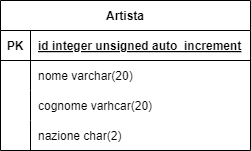
This is AS_2024_2025/5B-Informatica/UD 2 - mySQL Basic/diagramma.drawio.png from CescoP81/GalileiOstiglia, a draw.io export, as it was before one commit. Source tidied: cells renumbered, new cells last; positions are measured from the earlier drawing's top-left corner, leaving out a move shared by most shapes.
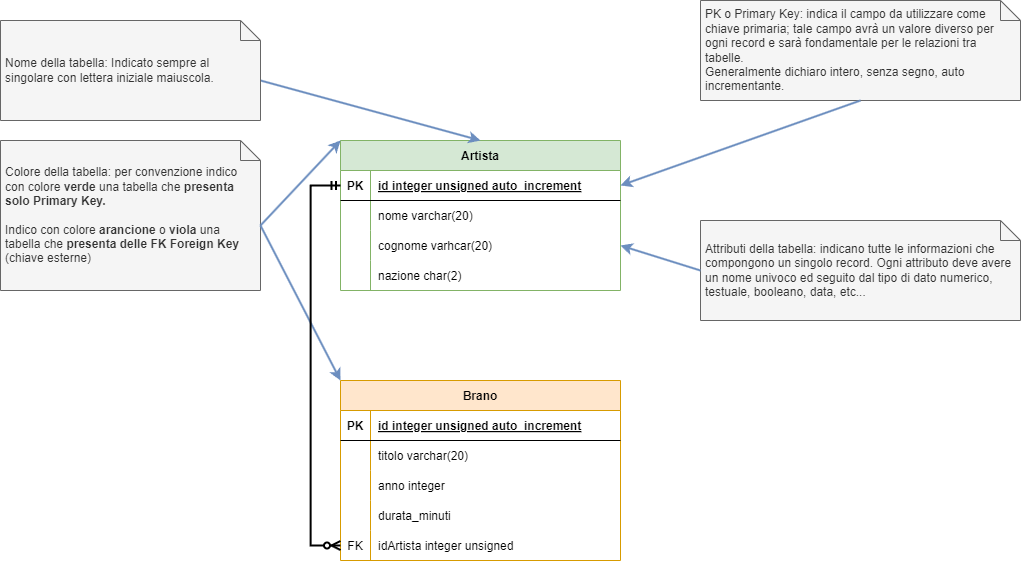
Above is the later version.

Change to the diagram source:
```diff
@@ -2,44 +2,127 @@
   <root>
     <mxCell id="0" />
     <mxCell id="1" parent="0" />
-    <mxCell id="2" value="Artista" style="shape=table;startSize=30;rowLines=0;fontStyle=1;align=center;" parent="1" vertex="1">
-      <mxGeometry width="250" height="150" as="geometry" />
+    <mxCell id="2" value="Artista" style="shape=table;startSize=30;rowLines=0;fontStyle=1;align=center;fillColor=#d5e8d4;strokeColor=#82b366;" parent="1" vertex="1">
+      <mxGeometry width="280" height="150" as="geometry" />
     </mxCell>
     <mxCell id="3" style="shape=tableRow;horizontal=0;startSize=0;swimlaneHead=0;swimlaneBody=0;fillColor=none;points=[[0,0.5],[1,0.5]];portConstraint=eastwest;top=0;left=0;right=0;bottom=1;" parent="2" vertex="1">
-      <mxGeometry y="30" width="250" height="30" as="geometry" />
+      <mxGeometry y="30" width="280" height="30" as="geometry" />
     </mxCell>
     <mxCell id="4" value="PK" style="shape=partialRectangle;fillColor=none;top=0;left=0;bottom=0;right=0;fontStyle=1;overflow=hidden;" parent="3" vertex="1">
       <mxGeometry width="30" height="30" as="geometry" />
     </mxCell>
     <mxCell id="5" value="id integer unsigned auto_increment" style="shape=partialRectangle;fillColor=none;top=0;left=0;bottom=0;right=0;align=left;spacingLeft=6;fontStyle=5;overflow=hidden;" parent="3" vertex="1">
-      <mxGeometry x="30" width="220" height="30" as="geometry" />
+      <mxGeometry x="30" width="250" height="30" as="geometry" />
     </mxCell>
     <mxCell id="6" style="shape=tableRow;horizontal=0;startSize=0;swimlaneHead=0;swimlaneBody=0;fillColor=none;top=0;left=0;right=0;bottom=0;" parent="2" vertex="1">
-      <mxGeometry y="60" width="250" height="30" as="geometry" />
+      <mxGeometry y="60" width="280" height="30" as="geometry" />
     </mxCell>
     <mxCell id="7" style="shape=partialRectangle;fillColor=none;top=0;left=0;bottom=0;right=0;overflow=hidden;" parent="6" vertex="1">
       <mxGeometry width="30" height="30" as="geometry" />
     </mxCell>
     <mxCell id="8" value="nome varchar(20)" style="shape=partialRectangle;fillColor=none;top=0;left=0;bottom=0;right=0;align=left;spacingLeft=6;overflow=hidden;" parent="6" vertex="1">
-      <mxGeometry x="30" width="220" height="30" as="geometry" />
+      <mxGeometry x="30" width="250" height="30" as="geometry" />
     </mxCell>
     <mxCell id="9" style="shape=tableRow;horizontal=0;startSize=0;swimlaneHead=0;swimlaneBody=0;fillColor=none;points=[[0,0.5],[1,0.5]];portConstraint=eastwest;top=0;left=0;right=0;bottom=0;" parent="2" vertex="1">
-      <mxGeometry y="90" width="250" height="30" as="geometry" />
+      <mxGeometry y="90" width="280" height="30" as="geometry" />
     </mxCell>
     <mxCell id="10" style="shape=partialRectangle;fillColor=none;top=0;left=0;bottom=0;right=0;overflow=hidden;" parent="9" vertex="1">
       <mxGeometry width="30" height="30" as="geometry" />
     </mxCell>
     <mxCell id="11" value="cognome varhcar(20)" style="shape=partialRectangle;fillColor=none;top=0;left=0;bottom=0;right=0;align=left;spacingLeft=6;overflow=hidden;" parent="9" vertex="1">
-      <mxGeometry x="30" width="220" height="30" as="geometry" />
+      <mxGeometry x="30" width="250" height="30" as="geometry" />
     </mxCell>
     <mxCell id="12" style="shape=tableRow;horizontal=0;startSize=0;swimlaneHead=0;swimlaneBody=0;fillColor=none;top=0;left=0;right=0;bottom=0;" parent="2" vertex="1">
-      <mxGeometry y="120" width="250" height="30" as="geometry" />
+      <mxGeometry y="120" width="280" height="30" as="geometry" />
     </mxCell>
     <mxCell id="13" style="shape=partialRectangle;fillColor=none;top=0;left=0;bottom=0;right=0;overflow=hidden;" parent="12" vertex="1">
       <mxGeometry width="30" height="30" as="geometry" />
     </mxCell>
     <mxCell id="14" value="nazione char(2)" style="shape=partialRectangle;fillColor=none;top=0;left=0;bottom=0;right=0;align=left;spacingLeft=6;overflow=hidden;" parent="12" vertex="1">
-      <mxGeometry x="30" width="220" height="30" as="geometry" />
+      <mxGeometry x="30" width="250" height="30" as="geometry" />
     </mxCell>
+    <mxCell id="15" style="edgeStyle=none;html=1;entryX=0.5;entryY=0;entryDx=0;entryDy=0;strokeWidth=2;fillColor=#dae8fc;strokeColor=#6c8ebf;exitX=0;exitY=0;exitDx=260;exitDy=60;exitPerimeter=0;" parent="1" edge="1" source="16" target="2">
+      <mxGeometry relative="1" as="geometry" />
+    </mxCell>
+    <mxCell id="16" value="Nome della tabella: Indicato sempre al singolare con lettera iniziale maiuscola." style="shape=note;size=20;whiteSpace=wrap;html=1;align=left;fillColor=#f5f5f5;strokeColor=#666666;fontColor=#333333;spacing=5;" parent="1" vertex="1">
+      <mxGeometry x="-340" y="-120" width="260" height="100" as="geometry" />
+    </mxCell>
+    <mxCell id="17" value="PK o Primary Key: indica il campo da utilizzare come chiave primaria; tale campo avrà un valore diverso per ogni record e sarà fondamentale per le relazioni tra tabelle.&lt;br&gt;Generalmente dichiaro intero, senza segno, auto incrementante." style="shape=note;size=20;whiteSpace=wrap;html=1;align=left;fillColor=#f5f5f5;strokeColor=#666666;fontColor=#333333;spacing=5;spacingRight=0;" parent="1" vertex="1">
+      <mxGeometry x="360" y="-140" width="320" height="100" as="geometry" />
+    </mxCell>
+    <mxCell id="18" style="edgeStyle=none;html=1;exitX=0.5;exitY=1;exitDx=0;exitDy=0;exitPerimeter=0;entryX=1;entryY=0.5;entryDx=0;entryDy=0;strokeWidth=2;fillColor=#dae8fc;strokeColor=#6c8ebf;" parent="1" edge="1" source="17" target="3">
+      <mxGeometry relative="1" as="geometry" />
+    </mxCell>
+    <mxCell id="19" value="Attributi della tabella: indicano tutte le informazioni che compongono un singolo record. Ogni attributo deve avere un nome univoco ed seguito dal tipo di dato numerico, testuale, booleano, data, etc..." style="shape=note;size=20;whiteSpace=wrap;html=1;align=left;fillColor=#f5f5f5;strokeColor=#666666;fontColor=#333333;spacing=5;" parent="1" vertex="1">
+      <mxGeometry x="360" y="80" width="320" height="100" as="geometry" />
+    </mxCell>
+    <mxCell id="20" style="edgeStyle=none;html=1;exitX=0;exitY=0.5;exitDx=0;exitDy=0;exitPerimeter=0;entryX=1;entryY=0.5;entryDx=0;entryDy=0;strokeWidth=2;fillColor=#dae8fc;strokeColor=#6c8ebf;" parent="1" edge="1" source="19" target="9">
+      <mxGeometry relative="1" as="geometry" />
+    </mxCell>
+    <mxCell id="21" value="Colore della tabella: per convenzione indico con colore &lt;b&gt;verde&lt;/b&gt; una tabella che &lt;b&gt;presenta solo Primary Key.&lt;/b&gt;&lt;br&gt;&lt;br&gt;Indico con colore &lt;b&gt;arancione&lt;/b&gt; o &lt;b&gt;viola&lt;/b&gt; una tabella che &lt;b&gt;presenta delle FK Foreign Key&lt;/b&gt; (chiave esterne)" style="shape=note;size=20;whiteSpace=wrap;html=1;fillColor=#f5f5f5;strokeColor=#666666;align=left;fontColor=#333333;spacing=5;" parent="1" vertex="1">
+      <mxGeometry x="-340" width="260" height="150" as="geometry" />
+    </mxCell>
+    <mxCell id="22" style="edgeStyle=none;html=1;exitX=0;exitY=0;exitDx=260;exitDy=85;exitPerimeter=0;entryX=0;entryY=0;entryDx=0;entryDy=0;strokeWidth=2;fillColor=#dae8fc;strokeColor=#6c8ebf;" parent="1" edge="1" source="21" target="2">
+      <mxGeometry relative="1" as="geometry" />
+    </mxCell>
+    <mxCell id="23" value="Brano" style="shape=table;startSize=30;rowLines=0;fontStyle=1;align=center;fillColor=#ffe6cc;strokeColor=#d79b00;" parent="1" vertex="1">
+      <mxGeometry y="240" width="280" height="180" as="geometry" />
+    </mxCell>
+    <mxCell id="24" style="shape=tableRow;horizontal=0;startSize=0;swimlaneHead=0;swimlaneBody=0;fillColor=none;top=0;left=0;right=0;bottom=1;" parent="23" vertex="1">
+      <mxGeometry y="30" width="280" height="30" as="geometry" />
+    </mxCell>
+    <mxCell id="25" value="PK" style="shape=partialRectangle;fillColor=none;top=0;left=0;bottom=0;right=0;fontStyle=1;overflow=hidden;" parent="24" vertex="1">
+      <mxGeometry width="30" height="30" as="geometry" />
+    </mxCell>
+    <mxCell id="26" value="id integer unsigned auto_increment" style="shape=partialRectangle;fillColor=none;top=0;left=0;bottom=0;right=0;align=left;spacingLeft=6;fontStyle=5;overflow=hidden;" parent="24" vertex="1">
+      <mxGeometry x="30" width="250" height="30" as="geometry" />
+    </mxCell>
+    <mxCell id="27" style="shape=tableRow;horizontal=0;startSize=0;swimlaneHead=0;swimlaneBody=0;fillColor=none;top=0;left=0;right=0;bottom=0;" parent="23" vertex="1">
+      <mxGeometry y="60" width="280" height="30" as="geometry" />
+    </mxCell>
+    <mxCell id="28" style="shape=partialRectangle;fillColor=none;top=0;left=0;bottom=0;right=0;overflow=hidden;" parent="27" vertex="1">
+      <mxGeometry width="30" height="30" as="geometry" />
+    </mxCell>
+    <mxCell id="29" value="titolo varchar(20)" style="shape=partialRectangle;fillColor=none;top=0;left=0;bottom=0;right=0;align=left;spacingLeft=6;overflow=hidden;" parent="27" vertex="1">
+      <mxGeometry x="30" width="250" height="30" as="geometry" />
+    </mxCell>
+    <mxCell id="30" style="shape=tableRow;horizontal=0;startSize=0;swimlaneHead=0;swimlaneBody=0;fillColor=none;top=0;left=0;right=0;bottom=0;" parent="23" vertex="1">
+      <mxGeometry y="90" width="280" height="30" as="geometry" />
+    </mxCell>
+    <mxCell id="31" style="shape=partialRectangle;fillColor=none;top=0;left=0;bottom=0;right=0;overflow=hidden;" parent="30" vertex="1">
+      <mxGeometry width="30" height="30" as="geometry" />
+    </mxCell>
+    <mxCell id="32" value="anno integer" style="shape=partialRectangle;fillColor=none;top=0;left=0;bottom=0;right=0;align=left;spacingLeft=6;overflow=hidden;" parent="30" vertex="1">
+      <mxGeometry x="30" width="250" height="30" as="geometry" />
+    </mxCell>
+    <mxCell id="33" style="shape=tableRow;horizontal=0;startSize=0;swimlaneHead=0;swimlaneBody=0;fillColor=none;top=0;left=0;right=0;bottom=0;" parent="23" vertex="1">
+      <mxGeometry y="120" width="280" height="30" as="geometry" />
+    </mxCell>
+    <mxCell id="34" style="shape=partialRectangle;fillColor=none;top=0;left=0;bottom=0;right=0;overflow=hidden;" parent="33" vertex="1">
+      <mxGeometry width="30" height="30" as="geometry" />
+    </mxCell>
+    <mxCell id="35" value="durata_minuti" style="shape=partialRectangle;fillColor=none;top=0;left=0;bottom=0;right=0;align=left;spacingLeft=6;overflow=hidden;" parent="33" vertex="1">
+      <mxGeometry x="30" width="250" height="30" as="geometry" />
+    </mxCell>
+    <mxCell id="36" style="shape=tableRow;horizontal=0;startSize=0;swimlaneHead=0;swimlaneBody=0;fillColor=none;points=[[0,0.5],[1,0.5]];portConstraint=eastwest;top=0;left=0;right=0;bottom=0;" parent="23" vertex="1">
+      <mxGeometry y="150" width="280" height="30" as="geometry" />
+    </mxCell>
+    <mxCell id="37" value="FK" style="shape=partialRectangle;fillColor=none;top=0;left=0;bottom=0;right=0;fontStyle=0;overflow=hidden;" parent="36" vertex="1">
+      <mxGeometry width="30" height="30" as="geometry" />
+    </mxCell>
+    <mxCell id="38" value="idArtista integer unsigned" style="shape=partialRectangle;fillColor=none;top=0;left=0;bottom=0;right=0;align=left;spacingLeft=6;fontStyle=0;overflow=hidden;" parent="36" vertex="1">
+      <mxGeometry x="30" width="250" height="30" as="geometry" />
+    </mxCell>
+    <mxCell id="39" style="edgeStyle=none;html=1;exitX=0;exitY=0;exitDx=260;exitDy=85;exitPerimeter=0;entryX=0;entryY=0;entryDx=0;entryDy=0;strokeWidth=2;fillColor=#dae8fc;strokeColor=#6c8ebf;" parent="1" edge="1" source="21" target="23">
+      <mxGeometry relative="1" as="geometry" />
+    </mxCell>
+    <mxCell id="40" style="edgeStyle=orthogonalEdgeStyle;fontSize=12;html=1;endArrow=ERzeroToMany;startArrow=ERmandOne;strokeWidth=2;exitX=0;exitY=0.5;exitDx=0;exitDy=0;entryX=0;entryY=0.5;entryDx=0;entryDy=0;rounded=0;" parent="1" edge="1" source="3" target="36">
+      <mxGeometry relative="1" as="geometry">
+        <Array as="points">
+          <mxPoint x="-30" y="45" />
+          <mxPoint x="-30" y="405" />
+        </Array>
+      </mxGeometry>
+    </mxCell>
   </root>
 </mxGraphModel>
```
